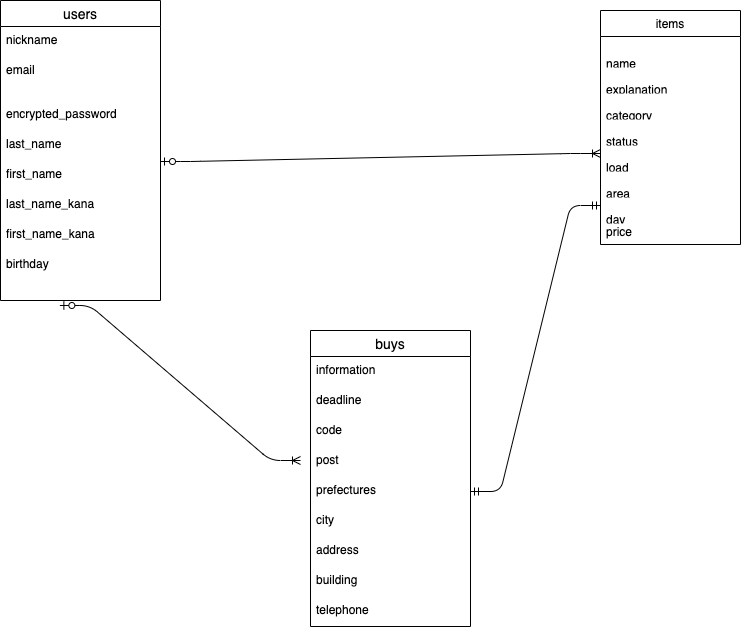
Earlier version of the draw.io export test.drawio.png (kent0322/furima-36063). Source tidied: cells renumbered, new cells last; positions are measured from the earlier drawing's top-left corner, leaving out a move shared by most shapes. Source of this version:
```xml
<mxGraphModel>
  <root>
    <mxCell id="0" />
    <mxCell id="1" parent="0" />
    <mxCell id="2" value="items" style="swimlane;fontStyle=0;horizontal=1;startSize=26;fillColor=none;" parent="1" vertex="1">
      <mxGeometry x="600" y="10" width="140" height="234" as="geometry" />
    </mxCell>
    <mxCell id="3" value="&#10;name" style="text;strokeColor=none;fillColor=none;align=left;verticalAlign=top;spacingLeft=4;spacingRight=4;overflow=hidden;" parent="2" vertex="1">
      <mxGeometry y="26" width="140" height="26" as="geometry" />
    </mxCell>
    <mxCell id="4" value="&#10;explanation" style="text;strokeColor=none;fillColor=none;align=left;verticalAlign=top;spacingLeft=4;spacingRight=4;overflow=hidden;" parent="2" vertex="1">
      <mxGeometry y="52" width="140" height="26" as="geometry" />
    </mxCell>
    <mxCell id="5" value="&#10;category" style="text;strokeColor=none;fillColor=none;align=left;verticalAlign=top;spacingLeft=4;spacingRight=4;overflow=hidden;" parent="2" vertex="1">
      <mxGeometry y="78" width="140" height="26" as="geometry" />
    </mxCell>
    <mxCell id="6" value="&#10;status" style="text;strokeColor=none;fillColor=none;align=left;verticalAlign=top;spacingLeft=4;spacingRight=4;overflow=hidden;" parent="2" vertex="1">
      <mxGeometry y="104" width="140" height="26" as="geometry" />
    </mxCell>
    <mxCell id="7" value="&#10;load" style="text;strokeColor=none;fillColor=none;align=left;verticalAlign=top;spacingLeft=4;spacingRight=4;overflow=hidden;points=[[0,0.5],[1,0.5]];portConstraint=eastwest;" parent="2" vertex="1">
      <mxGeometry y="130" width="140" height="26" as="geometry" />
    </mxCell>
    <mxCell id="8" value="&#10;area" style="text;strokeColor=none;fillColor=none;align=left;verticalAlign=top;spacingLeft=4;spacingRight=4;overflow=hidden;" parent="2" vertex="1">
      <mxGeometry y="156" width="140" height="26" as="geometry" />
    </mxCell>
    <mxCell id="9" value="&#10;day" style="text;strokeColor=none;fillColor=none;align=left;verticalAlign=top;spacingLeft=4;spacingRight=4;overflow=hidden;points=[[0,0.5],[1,0.5]];portConstraint=eastwest;" parent="2" vertex="1">
      <mxGeometry y="182" width="140" height="26" as="geometry" />
    </mxCell>
    <mxCell id="10" value="price" style="text;strokeColor=none;fillColor=none;align=left;verticalAlign=top;spacingLeft=4;spacingRight=4;overflow=hidden;" parent="2" vertex="1">
      <mxGeometry y="208" width="140" height="26" as="geometry" />
    </mxCell>
    <mxCell id="11" style="edgeStyle=entityRelationEdgeStyle;fontSize=12;html=1;endArrow=ERmandOne;startArrow=ERmandOne;exitX=1;exitY=0.5;exitDx=0;exitDy=0;entryX=0;entryY=0.5;entryDx=0;entryDy=0;" parent="1" edge="1" source="26" target="9">
      <mxGeometry relative="1" as="geometry" />
    </mxCell>
    <mxCell id="12" value="users" style="swimlane;fontStyle=0;horizontal=1;startSize=26;align=center;fontSize=14;" parent="1" vertex="1">
      <mxGeometry width="160" height="300" as="geometry" />
    </mxCell>
    <mxCell id="13" value="nickname" style="text;strokeColor=none;fillColor=none;spacingLeft=4;spacingRight=4;overflow=hidden;fontSize=12;" parent="12" vertex="1">
      <mxGeometry y="26" width="160" height="30" as="geometry" />
    </mxCell>
    <mxCell id="14" value="email" style="text;strokeColor=none;fillColor=none;spacingLeft=4;spacingRight=4;overflow=hidden;fontSize=12;" parent="12" vertex="1">
      <mxGeometry y="56" width="160" height="30" as="geometry" />
    </mxCell>
    <mxCell id="15" value="&#10;encrypted_password" style="text;strokeColor=none;fillColor=none;spacingLeft=4;spacingRight=4;overflow=hidden;fontSize=12;" parent="12" vertex="1">
      <mxGeometry y="86" width="160" height="30" as="geometry" />
    </mxCell>
    <mxCell id="16" value="&#10;last_name" style="text;strokeColor=none;fillColor=none;spacingLeft=4;spacingRight=4;overflow=hidden;fontSize=12;" parent="12" vertex="1">
      <mxGeometry y="116" width="160" height="30" as="geometry" />
    </mxCell>
    <mxCell id="17" value="&#10;first_name" style="text;strokeColor=none;fillColor=none;spacingLeft=4;spacingRight=4;overflow=hidden;points=[[0,0.5],[1,0.5]];portConstraint=eastwest;fontSize=12;" parent="12" vertex="1">
      <mxGeometry y="146" width="160" height="30" as="geometry" />
    </mxCell>
    <mxCell id="18" value="&#10;last_name_kana" style="text;strokeColor=none;fillColor=none;spacingLeft=4;spacingRight=4;overflow=hidden;fontSize=12;" parent="12" vertex="1">
      <mxGeometry y="176" width="160" height="30" as="geometry" />
    </mxCell>
    <mxCell id="19" value="&#10;first_name_kana" style="text;strokeColor=none;fillColor=none;spacingLeft=4;spacingRight=4;overflow=hidden;fontSize=12;" parent="12" vertex="1">
      <mxGeometry y="206" width="160" height="30" as="geometry" />
    </mxCell>
    <mxCell id="20" value="&#10;birthday" style="text;strokeColor=none;fillColor=none;spacingLeft=4;spacingRight=4;overflow=hidden;points=[[0,0.5],[1,0.5]];portConstraint=eastwest;fontSize=12;" parent="12" vertex="1">
      <mxGeometry y="236" width="160" height="64" as="geometry" />
    </mxCell>
    <mxCell id="21" value="buys" style="swimlane;fontStyle=0;horizontal=1;startSize=26;align=center;fontSize=14;" parent="1" vertex="1">
      <mxGeometry x="310" y="330" width="160" height="296" as="geometry" />
    </mxCell>
    <mxCell id="22" value="information" style="text;strokeColor=none;fillColor=none;spacingLeft=4;spacingRight=4;overflow=hidden;fontSize=12;" parent="21" vertex="1">
      <mxGeometry y="26" width="160" height="30" as="geometry" />
    </mxCell>
    <mxCell id="23" value="deadline" style="text;strokeColor=none;fillColor=none;spacingLeft=4;spacingRight=4;overflow=hidden;fontSize=12;" parent="21" vertex="1">
      <mxGeometry y="56" width="160" height="30" as="geometry" />
    </mxCell>
    <mxCell id="24" value="code" style="text;strokeColor=none;fillColor=none;spacingLeft=4;spacingRight=4;overflow=hidden;fontSize=12;" parent="21" vertex="1">
      <mxGeometry y="86" width="160" height="30" as="geometry" />
    </mxCell>
    <mxCell id="25" value="post" style="text;strokeColor=none;fillColor=none;spacingLeft=4;spacingRight=4;overflow=hidden;points=[[0,0.5],[1,0.5]];portConstraint=eastwest;fontSize=12;" parent="21" vertex="1">
      <mxGeometry y="116" width="160" height="30" as="geometry" />
    </mxCell>
    <mxCell id="26" value="prefectures" style="text;strokeColor=none;fillColor=none;spacingLeft=4;spacingRight=4;overflow=hidden;points=[[0,0.5],[1,0.5]];portConstraint=eastwest;fontSize=12;" parent="21" vertex="1">
      <mxGeometry y="146" width="160" height="30" as="geometry" />
    </mxCell>
    <mxCell id="27" value="city" style="text;strokeColor=none;fillColor=none;spacingLeft=4;spacingRight=4;overflow=hidden;fontSize=12;" parent="21" vertex="1">
      <mxGeometry y="176" width="160" height="30" as="geometry" />
    </mxCell>
    <mxCell id="28" value="address" style="text;strokeColor=none;fillColor=none;spacingLeft=4;spacingRight=4;overflow=hidden;fontSize=12;" parent="21" vertex="1">
      <mxGeometry y="206" width="160" height="30" as="geometry" />
    </mxCell>
    <mxCell id="29" value="building" style="text;strokeColor=none;fillColor=none;spacingLeft=4;spacingRight=4;overflow=hidden;fontSize=12;" parent="21" vertex="1">
      <mxGeometry y="236" width="160" height="30" as="geometry" />
    </mxCell>
    <mxCell id="30" value="telephone" style="text;strokeColor=none;fillColor=none;spacingLeft=4;spacingRight=4;overflow=hidden;fontSize=12;" parent="21" vertex="1">
      <mxGeometry y="266" width="160" height="30" as="geometry" />
    </mxCell>
    <mxCell id="31" style="edgeStyle=entityRelationEdgeStyle;fontSize=12;html=1;endArrow=ERoneToMany;startArrow=ERzeroToOne;exitX=1;exitY=0.5;exitDx=0;exitDy=0;entryX=0;entryY=0.5;entryDx=0;entryDy=0;" parent="1" edge="1" source="17" target="7">
      <mxGeometry relative="1" as="geometry" />
    </mxCell>
    <mxCell id="32" style="edgeStyle=entityRelationEdgeStyle;fontSize=12;html=1;endArrow=ERoneToMany;startArrow=ERzeroToOne;exitX=0.371;exitY=1.078;exitDx=0;exitDy=0;exitPerimeter=0;" parent="1" edge="1" source="20">
      <mxGeometry relative="1" as="geometry">
        <mxPoint x="300" y="460" as="targetPoint" />
      </mxGeometry>
    </mxCell>
  </root>
</mxGraphModel>
```
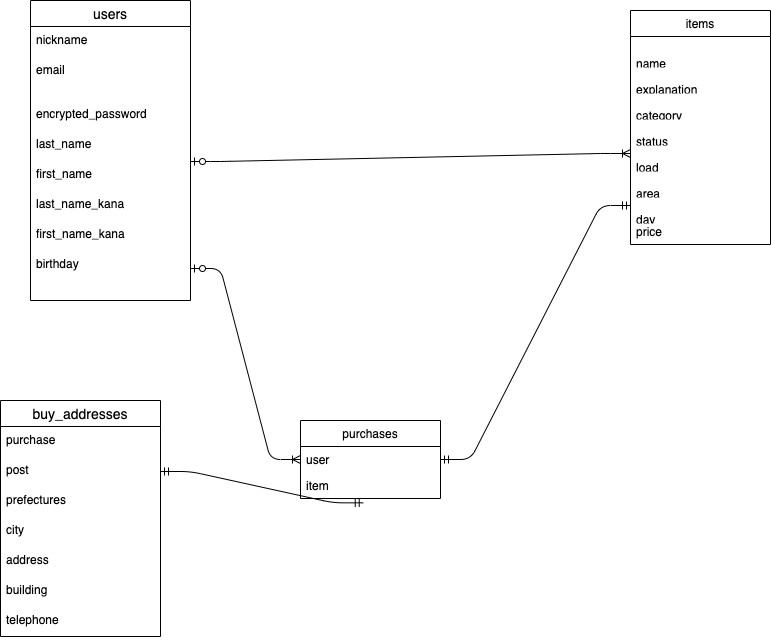
Later version of the same file.

Commit message:
テーブル設計

Change to the diagram source:
```diff
@@ -29,7 +29,7 @@
     <mxCell id="10" value="price" style="text;strokeColor=none;fillColor=none;align=left;verticalAlign=top;spacingLeft=4;spacingRight=4;overflow=hidden;" parent="2" vertex="1">
       <mxGeometry y="208" width="140" height="26" as="geometry" />
     </mxCell>
-    <mxCell id="11" style="edgeStyle=entityRelationEdgeStyle;fontSize=12;html=1;endArrow=ERmandOne;startArrow=ERmandOne;exitX=1;exitY=0.5;exitDx=0;exitDy=0;entryX=0;entryY=0.5;entryDx=0;entryDy=0;" parent="1" edge="1" source="26" target="9">
+    <mxCell id="11" style="edgeStyle=entityRelationEdgeStyle;fontSize=12;html=1;endArrow=ERmandOne;startArrow=ERmandOne;exitX=1;exitY=0.5;exitDx=0;exitDy=0;entryX=0;entryY=0.5;entryDx=0;entryDy=0;" parent="1" edge="1" source="34" target="9">
       <mxGeometry relative="1" as="geometry" />
     </mxCell>
     <mxCell id="12" value="users" style="swimlane;fontStyle=0;horizontal=1;startSize=26;align=center;fontSize=14;" parent="1" vertex="1">
@@ -59,43 +59,47 @@
     <mxCell id="20" value="&#10;birthday" style="text;strokeColor=none;fillColor=none;spacingLeft=4;spacingRight=4;overflow=hidden;points=[[0,0.5],[1,0.5]];portConstraint=eastwest;fontSize=12;" parent="12" vertex="1">
       <mxGeometry y="236" width="160" height="64" as="geometry" />
     </mxCell>
-    <mxCell id="21" value="buys" style="swimlane;fontStyle=0;horizontal=1;startSize=26;align=center;fontSize=14;" parent="1" vertex="1">
-      <mxGeometry x="310" y="330" width="160" height="296" as="geometry" />
+    <mxCell id="21" value="buy_addresses" style="swimlane;fontStyle=0;horizontal=1;startSize=26;align=center;fontSize=14;" parent="1" vertex="1">
+      <mxGeometry x="-30" y="400" width="160" height="236" as="geometry" />
     </mxCell>
-    <mxCell id="22" value="information" style="text;strokeColor=none;fillColor=none;spacingLeft=4;spacingRight=4;overflow=hidden;fontSize=12;" parent="21" vertex="1">
+    <mxCell id="22" value="purchase" style="text;strokeColor=none;fillColor=none;spacingLeft=4;spacingRight=4;overflow=hidden;fontSize=12;" parent="21" vertex="1">
       <mxGeometry y="26" width="160" height="30" as="geometry" />
     </mxCell>
-    <mxCell id="23" value="deadline" style="text;strokeColor=none;fillColor=none;spacingLeft=4;spacingRight=4;overflow=hidden;fontSize=12;" parent="21" vertex="1">
-      <mxGeometry y="56" width="160" height="30" as="geometry" />
-    </mxCell>
-    <mxCell id="24" value="code" style="text;strokeColor=none;fillColor=none;spacingLeft=4;spacingRight=4;overflow=hidden;fontSize=12;" parent="21" vertex="1">
-      <mxGeometry y="86" width="160" height="30" as="geometry" />
-    </mxCell>
     <mxCell id="25" value="post" style="text;strokeColor=none;fillColor=none;spacingLeft=4;spacingRight=4;overflow=hidden;points=[[0,0.5],[1,0.5]];portConstraint=eastwest;fontSize=12;" parent="21" vertex="1">
-      <mxGeometry y="116" width="160" height="30" as="geometry" />
+      <mxGeometry y="56" width="160" height="30" as="geometry" />
     </mxCell>
     <mxCell id="26" value="prefectures" style="text;strokeColor=none;fillColor=none;spacingLeft=4;spacingRight=4;overflow=hidden;points=[[0,0.5],[1,0.5]];portConstraint=eastwest;fontSize=12;" parent="21" vertex="1">
-      <mxGeometry y="146" width="160" height="30" as="geometry" />
+      <mxGeometry y="86" width="160" height="30" as="geometry" />
     </mxCell>
     <mxCell id="27" value="city" style="text;strokeColor=none;fillColor=none;spacingLeft=4;spacingRight=4;overflow=hidden;fontSize=12;" parent="21" vertex="1">
-      <mxGeometry y="176" width="160" height="30" as="geometry" />
+      <mxGeometry y="116" width="160" height="30" as="geometry" />
     </mxCell>
     <mxCell id="28" value="address" style="text;strokeColor=none;fillColor=none;spacingLeft=4;spacingRight=4;overflow=hidden;fontSize=12;" parent="21" vertex="1">
-      <mxGeometry y="206" width="160" height="30" as="geometry" />
+      <mxGeometry y="146" width="160" height="30" as="geometry" />
     </mxCell>
     <mxCell id="29" value="building" style="text;strokeColor=none;fillColor=none;spacingLeft=4;spacingRight=4;overflow=hidden;fontSize=12;" parent="21" vertex="1">
-      <mxGeometry y="236" width="160" height="30" as="geometry" />
+      <mxGeometry y="176" width="160" height="30" as="geometry" />
     </mxCell>
     <mxCell id="30" value="telephone" style="text;strokeColor=none;fillColor=none;spacingLeft=4;spacingRight=4;overflow=hidden;fontSize=12;" parent="21" vertex="1">
-      <mxGeometry y="266" width="160" height="30" as="geometry" />
+      <mxGeometry y="206" width="160" height="30" as="geometry" />
     </mxCell>
     <mxCell id="31" style="edgeStyle=entityRelationEdgeStyle;fontSize=12;html=1;endArrow=ERoneToMany;startArrow=ERzeroToOne;exitX=1;exitY=0.5;exitDx=0;exitDy=0;entryX=0;entryY=0.5;entryDx=0;entryDy=0;" parent="1" edge="1" source="17" target="7">
       <mxGeometry relative="1" as="geometry" />
     </mxCell>
-    <mxCell id="32" style="edgeStyle=entityRelationEdgeStyle;fontSize=12;html=1;endArrow=ERoneToMany;startArrow=ERzeroToOne;exitX=0.371;exitY=1.078;exitDx=0;exitDy=0;exitPerimeter=0;" parent="1" edge="1" source="20">
-      <mxGeometry relative="1" as="geometry">
-        <mxPoint x="300" y="460" as="targetPoint" />
-      </mxGeometry>
+    <mxCell id="32" style="edgeStyle=entityRelationEdgeStyle;fontSize=12;html=1;endArrow=ERoneToMany;startArrow=ERzeroToOne;entryX=0;entryY=0.5;entryDx=0;entryDy=0;" parent="1" edge="1" source="20" target="34">
+      <mxGeometry relative="1" as="geometry" />
     </mxCell>
+    <mxCell id="33" value="purchases" style="swimlane;fontStyle=0;horizontal=1;startSize=26;fillColor=none;" parent="1" vertex="1">
+      <mxGeometry x="270" y="420" width="140" height="78" as="geometry" />
+    </mxCell>
+    <mxCell id="34" value="user" style="text;strokeColor=none;fillColor=none;align=left;verticalAlign=top;spacingLeft=4;spacingRight=4;overflow=hidden;points=[[0,0.5],[1,0.5]];portConstraint=eastwest;" parent="33" vertex="1">
+      <mxGeometry y="26" width="140" height="26" as="geometry" />
+    </mxCell>
+    <mxCell id="35" value="item" style="text;strokeColor=none;fillColor=none;align=left;verticalAlign=top;spacingLeft=4;spacingRight=4;overflow=hidden;points=[[0,0.5],[1,0.5]];portConstraint=eastwest;" parent="33" vertex="1">
+      <mxGeometry y="52" width="140" height="26" as="geometry" />
+    </mxCell>
+    <mxCell id="36" style="edgeStyle=entityRelationEdgeStyle;fontSize=12;html=1;endArrow=ERmandOne;startArrow=ERmandOne;exitX=1;exitY=0.5;exitDx=0;exitDy=0;entryX=0.448;entryY=1.167;entryDx=0;entryDy=0;entryPerimeter=0;" parent="1" edge="1" source="25" target="35">
+      <mxGeometry relative="1" as="geometry" />
+    </mxCell>
   </root>
 </mxGraphModel>
```
